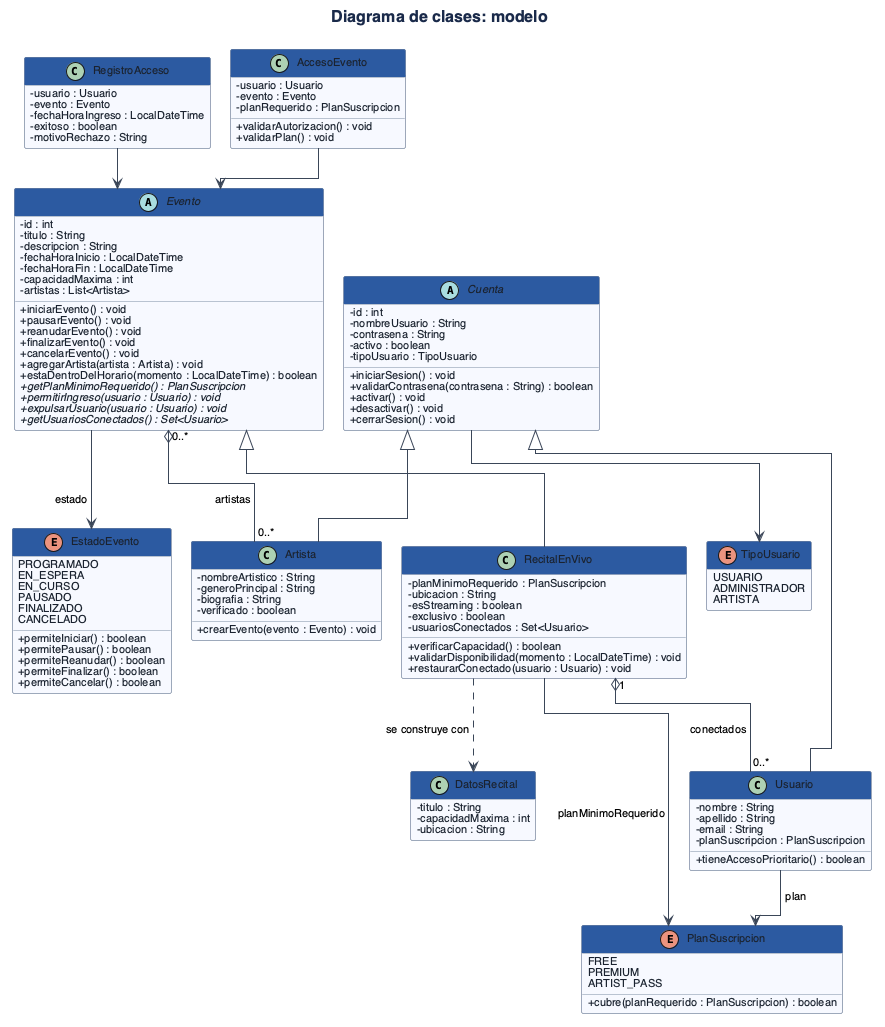
Before: TP/Grupo9_POO_Diagramas_Pdf/imagenes/clases-modelo.png, a diagram exported from PlantUML (lferraro1103/Proceso-de-desarrollo-de-sosftware). Its diagram source:
```plantuml
@startuml
!include estilo.iuml
title Diagrama de clases: modelo

abstract class Cuenta {
  -id : int
  -nombreUsuario : String
  -contrasena : String
  -activo : boolean
  -tipoUsuario : TipoUsuario
  +iniciarSesion() : void
  +validarContrasena(contrasena : String) : boolean
  +activar() : void
  +desactivar() : void
  +cerrarSesion() : void
}

class Usuario {
  -nombre : String
  -apellido : String
  -email : String
  -planSuscripcion : PlanSuscripcion
  +tieneAccesoPrioritario() : boolean
}

class Artista {
  -nombreArtistico : String
  -generoPrincipal : String
  -biografia : String
  -verificado : boolean
  +crearEvento(evento : Evento) : void
}

enum TipoUsuario {
  USUARIO
  ADMINISTRADOR
  ARTISTA
}

enum PlanSuscripcion {
  FREE
  PREMIUM
  ARTIST_PASS
  +cubre(planRequerido : PlanSuscripcion) : boolean
}

abstract class Evento {
  -id : int
  -titulo : String
  -descripcion : String
  -fechaHoraInicio : LocalDateTime
  -fechaHoraFin : LocalDateTime
  -capacidadMaxima : int
  -artistas : List<Artista>
  +iniciarEvento() : void
  +pausarEvento() : void
  +reanudarEvento() : void
  +finalizarEvento() : void
  +cancelarEvento() : void
  +agregarArtista(artista : Artista) : void
  +estaDentroDelHorario(momento : LocalDateTime) : boolean
  {abstract} +getPlanMinimoRequerido() : PlanSuscripcion
  {abstract} +permitirIngreso(usuario : Usuario) : void
  {abstract} +expulsarUsuario(usuario : Usuario) : void
  {abstract} +getUsuariosConectados() : Set<Usuario>
}

class RecitalEnVivo {
  -planMinimoRequerido : PlanSuscripcion
  -ubicacion : String
  -esStreaming : boolean
  -exclusivo : boolean
  -usuariosConectados : Set<Usuario>
  +verificarCapacidad() : boolean
  +validarDisponibilidad(momento : LocalDateTime) : void
  +restaurarConectado(usuario : Usuario) : void
}

enum EstadoEvento {
  PROGRAMADO
  EN_ESPERA
  EN_CURSO
  PAUSADO
  FINALIZADO
  CANCELADO
  +permiteIniciar() : boolean
  +permitePausar() : boolean
  +permiteReanudar() : boolean
  +permiteFinalizar() : boolean
  +permiteCancelar() : boolean
}

class DatosRecital {
  -titulo : String
  -capacidadMaxima : int
  -ubicacion : String
}

class AccesoEvento {
  -usuario : Usuario
  -evento : Evento
  -planRequerido : PlanSuscripcion
  +validarAutorizacion() : void
  +validarPlan() : void
}

class RegistroAcceso {
  -usuario : Usuario
  -evento : Evento
  -fechaHoraIngreso : LocalDateTime
  -exitoso : boolean
  -motivoRechazo : String
}

Cuenta <|-- Usuario
Cuenta <|-- Artista
Cuenta --> TipoUsuario
Usuario --> PlanSuscripcion : plan
Evento <|-- RecitalEnVivo
Evento --> EstadoEvento : estado
Evento "0..*" o-- "0..*" Artista : artistas
RecitalEnVivo "1" o-- "0..*" Usuario : conectados
RecitalEnVivo --> PlanSuscripcion : planMinimoRequerido
RecitalEnVivo ..> DatosRecital : se construye con
AccesoEvento --> Evento
RegistroAcceso --> Evento
@enduml
```
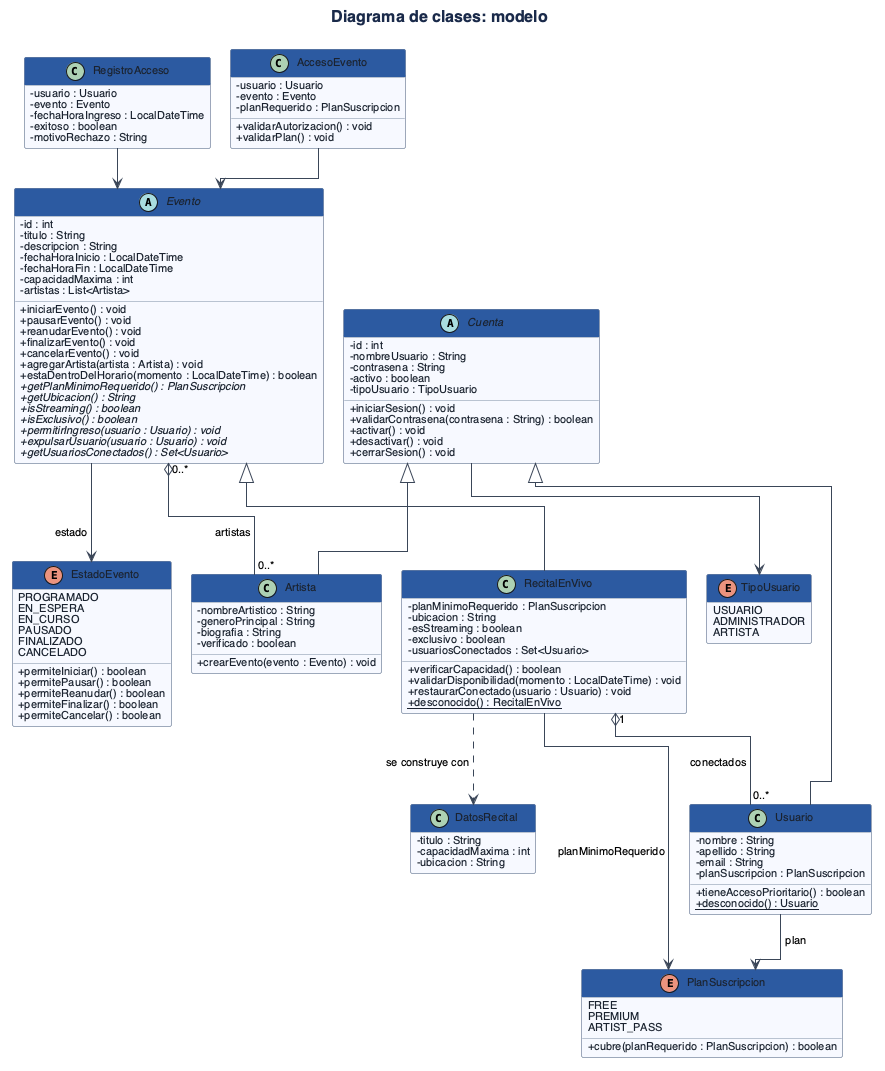
The same diagram one commit later.

Diff of the diagram source:
```diff
@@ -21,6 +21,7 @@
   -email : String
   -planSuscripcion : PlanSuscripcion
   +tieneAccesoPrioritario() : boolean
+  {static} +desconocido() : Usuario
 }
 
 class Artista {
@@ -60,6 +61,9 @@
   +agregarArtista(artista : Artista) : void
   +estaDentroDelHorario(momento : LocalDateTime) : boolean
   {abstract} +getPlanMinimoRequerido() : PlanSuscripcion
+  {abstract} +getUbicacion() : String
+  {abstract} +isStreaming() : boolean
+  {abstract} +isExclusivo() : boolean
   {abstract} +permitirIngreso(usuario : Usuario) : void
   {abstract} +expulsarUsuario(usuario : Usuario) : void
   {abstract} +getUsuariosConectados() : Set<Usuario>
@@ -74,6 +78,7 @@
   +verificarCapacidad() : boolean
   +validarDisponibilidad(momento : LocalDateTime) : void
   +restaurarConectado(usuario : Usuario) : void
+  {static} +desconocido() : RecitalEnVivo
 }
 
 enum EstadoEvento {
```
